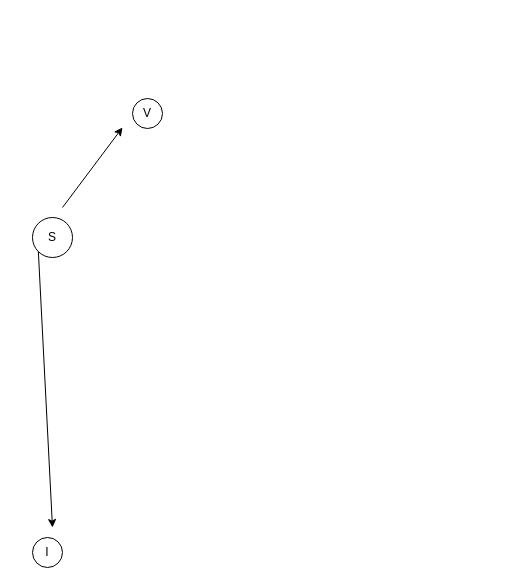
This is Untitled Diagram.drawio from xDSUP/6_password_strength, a draw.io file, before an edit. Source tidied: cells renumbered, new cells numbered last; positions are measured from the earlier drawing's top-left corner, leaving out a move shared by most shapes. Both pictures are drawn from the tidied source at 100%, with x=0, y=0 at pixel (32, 98).
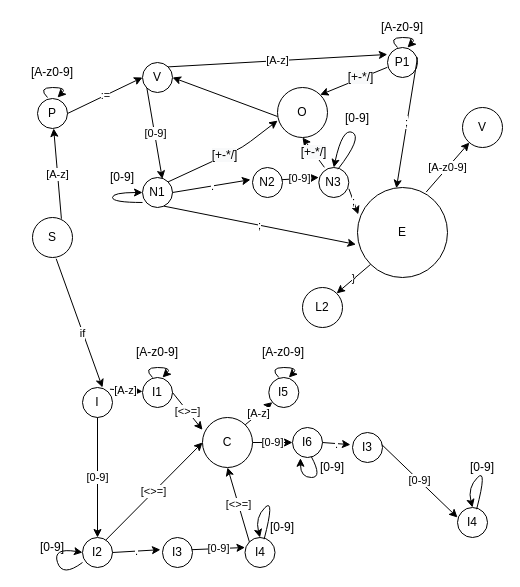
Above is the later version.

Unchanged cells that the change refers to:
```xml
<mxCell id="3" value="S" style="ellipse;whiteSpace=wrap;html=1;" parent="1" vertex="1">
  <mxGeometry y="119" width="40" height="40" as="geometry" />
</mxCell>
```

What changed in the source:
```diff
@@
-    <mxCell id="2" value="V" style="ellipse;whiteSpace=wrap;html=1;" parent="1" vertex="1">
-      <mxGeometry x="100" width="30" height="30" as="geometry" />
+    <mxCell id="2" value="P" style="ellipse;whiteSpace=wrap;html=1;" parent="1" vertex="1">
+      <mxGeometry x="5" width="30" height="30" as="geometry" />
     </mxCell>
@@
-    <mxCell id="4" style="endArrow=classic;html=1;" parent="1" edge="1">
-      <mxGeometry relative="1" as="geometry">
-        <mxPoint x="30" y="109" as="sourcePoint" />
-        <mxPoint x="90" y="29" as="targetPoint" />
-      </mxGeometry>
-    </mxCell>
     <mxCell id="5" value="I" style="ellipse;whiteSpace=wrap;html=1;" parent="1" vertex="1">
-      <mxGeometry y="439" width="30" height="30" as="geometry" />
+      <mxGeometry x="50" y="289" width="30" height="30" as="geometry" />
     </mxCell>
-    <mxCell id="6" style="endArrow=classic;html=1;exitX=0;exitY=1;exitDx=0;exitDy=0;" parent="1" edge="1" source="3">
-      <mxGeometry relative="1" as="geometry">
-        <mxPoint x="20" y="429" as="targetPoint" />
-      </mxGeometry>
+    <mxCell id="6" style="endArrow=classic;html=1;entryX=0.667;entryY=0;entryDx=0;entryDy=0;entryPerimeter=0;exitX=0.592;exitY=1.031;exitDx=0;exitDy=0;exitPerimeter=0;" parent="1" edge="1" source="3" target="5">
+      <mxGeometry relative="1" as="geometry" />
     </mxCell>
+    <mxCell id="7" value="if" style="edgeLabel;html=1;align=center;verticalAlign=middle;" parent="6" vertex="1">
+      <mxGeometry x="0.15" relative="1" as="geometry">
+        <mxPoint x="-1" as="offset" />
+      </mxGeometry>
+    </mxCell>
+    <mxCell id="8" style="curved=1;endArrow=classic;html=1;" parent="1" edge="1">
+      <mxGeometry relative="1" as="geometry">
+        <mxPoint x="15" y="-1" as="sourcePoint" />
+        <mxPoint x="25" y="-1" as="targetPoint" />
+        <Array as="points">
+          <mxPoint x="5" y="-11" />
+          <mxPoint x="35" y="-11" />
+        </Array>
+      </mxGeometry>
+    </mxCell>
+    <mxCell id="9" value="[A-z0-9]" style="text;html=1;strokeColor=none;fillColor=none;align=center;verticalAlign=middle;whiteSpace=wrap;rounded=0;" parent="1" vertex="1">
+      <mxGeometry x="-15" y="-41" width="70" height="30" as="geometry" />
+    </mxCell>
+    <mxCell id="10" value="V" style="ellipse;whiteSpace=wrap;html=1;" parent="1" vertex="1">
+      <mxGeometry x="110" y="-36" width="30" height="30" as="geometry" />
+    </mxCell>
+    <mxCell id="11" value="[A-z]" style="endArrow=classic;html=1;exitX=1;exitY=0;exitDx=0;exitDy=0;entryX=-0.005;entryY=0.232;entryDx=0;entryDy=0;entryPerimeter=0;" parent="1" edge="1" source="10" target="32">
+      <mxGeometry relative="1" as="geometry" />
+    </mxCell>
+    <mxCell id="12" value="N1" style="ellipse;whiteSpace=wrap;html=1;" parent="1" vertex="1">
+      <mxGeometry x="110" y="79" width="30" height="30" as="geometry" />
+    </mxCell>
+    <mxCell id="13" value="N2" style="ellipse;whiteSpace=wrap;html=1;" parent="1" vertex="1">
+      <mxGeometry x="220" y="69" width="30" height="30" as="geometry" />
+    </mxCell>
+    <mxCell id="14" style="endArrow=classic;html=1;exitX=0.723;exitY=0.031;exitDx=0;exitDy=0;exitPerimeter=0;" parent="1" edge="1" source="3" target="2">
+      <mxGeometry relative="1" as="geometry" />
+    </mxCell>
+    <mxCell id="15" value="[A-z]" style="edgeLabel;html=1;align=center;verticalAlign=middle;" parent="14" vertex="1">
+      <mxGeometry relative="1" as="geometry">
+        <mxPoint x="-1" as="offset" />
+      </mxGeometry>
+    </mxCell>
+    <mxCell id="16" style="endArrow=classic;html=1;exitX=1;exitY=0.5;exitDx=0;exitDy=0;entryX=0;entryY=0.5;entryDx=0;entryDy=0;" parent="1" edge="1" source="2" target="10">
+      <mxGeometry relative="1" as="geometry" />
+    </mxCell>
+    <mxCell id="17" value=":=" style="edgeLabel;html=1;align=center;verticalAlign=middle;" parent="16" vertex="1">
+      <mxGeometry relative="1" as="geometry" />
+    </mxCell>
+    <mxCell id="18" style="endArrow=classic;html=1;entryX=0.662;entryY=0.049;entryDx=0;entryDy=0;entryPerimeter=0;exitX=0;exitY=1;exitDx=0;exitDy=0;" parent="1" edge="1" source="10" target="12">
+      <mxGeometry relative="1" as="geometry" />
+    </mxCell>
+    <mxCell id="19" value="[0-9]" style="edgeLabel;html=1;align=center;verticalAlign=middle;" parent="18" vertex="1">
+      <mxGeometry relative="1" as="geometry" />
+    </mxCell>
+    <mxCell id="20" style="endArrow=classic;html=1;entryX=-0.068;entryY=0.406;entryDx=0;entryDy=0;entryPerimeter=0;exitX=1;exitY=0.5;exitDx=0;exitDy=0;" parent="1" edge="1" source="12" target="13">
+      <mxGeometry relative="1" as="geometry" />
+    </mxCell>
+    <mxCell id="21" value="." style="edgeLabel;html=1;align=center;verticalAlign=middle;" parent="20" vertex="1">
+      <mxGeometry relative="1" as="geometry" />
+    </mxCell>
+    <mxCell id="22" value="N3" style="ellipse;whiteSpace=wrap;html=1;" parent="1" vertex="1">
+      <mxGeometry x="286.3" y="69" width="30" height="30" as="geometry" />
+    </mxCell>
+    <mxCell id="23" value="[0-9]" style="endArrow=classic;html=1;entryX=0;entryY=0.333;entryDx=0;entryDy=0;entryPerimeter=0;exitX=0.979;exitY=0.406;exitDx=0;exitDy=0;exitPerimeter=0;" parent="1" edge="1" source="13" target="22">
+      <mxGeometry relative="1" as="geometry" />
+    </mxCell>
+    <mxCell id="24" style="edgeLabel;html=1;align=center;verticalAlign=middle;" parent="23" vertex="1">
+      <mxGeometry relative="1" as="geometry" />
+    </mxCell>
+    <mxCell id="25" style="curved=1;endArrow=classic;html=1;entryX=0;entryY=0.5;entryDx=0;entryDy=0;exitX=0;exitY=0.833;exitDx=0;exitDy=0;exitPerimeter=0;" parent="1" edge="1" source="12" target="12">
+      <mxGeometry relative="1" as="geometry">
+        <Array as="points">
+          <mxPoint x="80" y="104" />
+          <mxPoint x="80" y="94" />
+        </Array>
+      </mxGeometry>
+    </mxCell>
+    <mxCell id="26" value="[0-9]" style="text;html=1;strokeColor=none;fillColor=none;align=center;verticalAlign=middle;whiteSpace=wrap;rounded=0;" parent="1" vertex="1">
+      <mxGeometry x="70" y="69" width="40" height="20" as="geometry" />
+    </mxCell>
+    <mxCell id="27" value="[0-9]" style="text;html=1;strokeColor=none;fillColor=none;align=center;verticalAlign=middle;whiteSpace=wrap;rounded=0;" parent="1" vertex="1">
+      <mxGeometry x="305" y="10" width="40" height="20" as="geometry" />
+    </mxCell>
+    <mxCell id="28" style="curved=1;endArrow=classic;html=1;exitX=0.638;exitY=0.057;exitDx=0;exitDy=0;entryX=0.5;entryY=0;entryDx=0;entryDy=0;exitPerimeter=0;" parent="1" edge="1" source="22" target="22">
+      <mxGeometry relative="1" as="geometry">
+        <Array as="points">
+          <mxPoint x="330" y="39" />
+          <mxPoint x="310" y="29" />
+        </Array>
+      </mxGeometry>
+    </mxCell>
+    <mxCell id="29" value="O" style="ellipse;whiteSpace=wrap;html=1;" parent="1" vertex="1">
+      <mxGeometry x="245" y="-11" width="50" height="50" as="geometry" />
+    </mxCell>
+    <mxCell id="30" value="&lt;span style=&quot;font-size: 12px ; background-color: rgb(248 , 249 , 250)&quot;&gt;[+-*/]&lt;/span&gt;" style="endArrow=classic;html=1;entryX=0.002;entryY=0.662;entryDx=0;entryDy=0;entryPerimeter=0;exitX=1;exitY=0;exitDx=0;exitDy=0;" parent="1" edge="1" source="12" target="29">
+      <mxGeometry x="-0.02" relative="1" as="geometry">
+        <Array as="points">
+          <mxPoint x="210" y="49" />
+        </Array>
+      </mxGeometry>
+    </mxCell>
+    <mxCell id="31" value="&lt;span style=&quot;color: rgb(0 , 0 , 0) ; font-family: &amp;#34;helvetica&amp;#34; ; font-size: 12px ; font-style: normal ; font-weight: 400 ; letter-spacing: normal ; text-align: center ; text-indent: 0px ; text-transform: none ; word-spacing: 0px ; background-color: rgb(248 , 249 , 250) ; display: inline ; float: none&quot;&gt;[+-*/]&lt;/span&gt;" style="endArrow=classic;html=1;exitX=0.186;exitY=-0.006;exitDx=0;exitDy=0;exitPerimeter=0;entryX=0.5;entryY=1;entryDx=0;entryDy=0;" parent="1" edge="1" source="22" target="29">
+      <mxGeometry relative="1" as="geometry" />
+    </mxCell>
+    <mxCell id="32" value="P1" style="ellipse;whiteSpace=wrap;html=1;" parent="1" vertex="1">
+      <mxGeometry x="355" y="-51" width="30" height="30" as="geometry" />
+    </mxCell>
+    <mxCell id="33" value="[A-z0-9]" style="text;html=1;strokeColor=none;fillColor=none;align=center;verticalAlign=middle;whiteSpace=wrap;rounded=0;" parent="1" vertex="1">
+      <mxGeometry x="335" y="-81" width="70" height="20" as="geometry" />
+    </mxCell>
+    <mxCell id="34" style="curved=1;endArrow=classic;html=1;" parent="1" edge="1">
+      <mxGeometry relative="1" as="geometry">
+        <mxPoint x="365" y="-51" as="sourcePoint" />
+        <mxPoint x="375" y="-51" as="targetPoint" />
+        <Array as="points">
+          <mxPoint x="355" y="-61" />
+          <mxPoint x="385" y="-61" />
+        </Array>
+      </mxGeometry>
+    </mxCell>
+    <mxCell id="35" value="&lt;span style=&quot;color: rgb(0 , 0 , 0) ; font-family: &amp;#34;helvetica&amp;#34; ; font-size: 12px ; font-style: normal ; font-weight: 400 ; letter-spacing: normal ; text-align: center ; text-indent: 0px ; text-transform: none ; word-spacing: 0px ; background-color: rgb(248 , 249 , 250) ; display: inline ; float: none&quot;&gt;[+-*/]&lt;/span&gt;" style="endArrow=classic;html=1;exitX=-0.005;exitY=0.66;exitDx=0;exitDy=0;entryX=1;entryY=0;entryDx=0;entryDy=0;exitPerimeter=0;" parent="1" edge="1" source="32" target="29">
+      <mxGeometry x="-0.2" y="-1" relative="1" as="geometry" />
+    </mxCell>
+    <mxCell id="36" style="endArrow=classic;html=1;exitX=0;exitY=0.58;exitDx=0;exitDy=0;exitPerimeter=0;entryX=1;entryY=0.5;entryDx=0;entryDy=0;" parent="1" edge="1" source="29" target="10">
+      <mxGeometry relative="1" as="geometry" />
+    </mxCell>
+    <mxCell id="37" value=";" style="endArrow=classic;html=1;exitX=1;exitY=0.333;exitDx=0;exitDy=0;exitPerimeter=0;entryX=0.432;entryY=0.008;entryDx=0;entryDy=0;entryPerimeter=0;" parent="1" edge="1" source="32" target="38">
+      <mxGeometry relative="1" as="geometry" />
+    </mxCell>
+    <mxCell id="38" value="E" style="ellipse;whiteSpace=wrap;html=1;" parent="1" vertex="1">
+      <mxGeometry x="325" y="89" width="90" height="90" as="geometry" />
+    </mxCell>
+    <mxCell id="39" value=";" style="endArrow=classic;html=1;exitX=1.003;exitY=0.708;exitDx=0;exitDy=0;exitPerimeter=0;entryX=0.009;entryY=0.299;entryDx=0;entryDy=0;entryPerimeter=0;" parent="1" edge="1" source="22" target="38">
+      <mxGeometry relative="1" as="geometry" />
+    </mxCell>
+    <mxCell id="40" value=";" style="endArrow=classic;html=1;exitX=0.71;exitY=0.954;exitDx=0;exitDy=0;exitPerimeter=0;entryX=-0.017;entryY=0.633;entryDx=0;entryDy=0;entryPerimeter=0;" parent="1" edge="1" source="12" target="38">
+      <mxGeometry relative="1" as="geometry" />
+    </mxCell>
+    <mxCell id="41" value="[A-z0-9]" style="endArrow=classic;html=1;exitX=0.763;exitY=0.051;exitDx=0;exitDy=0;exitPerimeter=0;" parent="1" edge="1" source="38" target="42">
+      <mxGeometry relative="1" as="geometry" />
+    </mxCell>
+    <mxCell id="42" value="V" style="ellipse;whiteSpace=wrap;html=1;" parent="1" vertex="1">
+      <mxGeometry x="430" y="9" width="40" height="40" as="geometry" />
+    </mxCell>
+    <mxCell id="43" value="L2" style="ellipse;whiteSpace=wrap;html=1;" parent="1" vertex="1">
+      <mxGeometry x="270" y="189" width="40" height="40" as="geometry" />
+    </mxCell>
+    <mxCell id="44" value="}" style="endArrow=classic;html=1;exitX=0;exitY=1;exitDx=0;exitDy=0;entryX=1;entryY=0;entryDx=0;entryDy=0;" parent="1" edge="1" source="38" target="43">
+      <mxGeometry relative="1" as="geometry" />
+    </mxCell>
+    <mxCell id="45" value="I1" style="ellipse;whiteSpace=wrap;html=1;" parent="1" vertex="1">
+      <mxGeometry x="110" y="279" width="30" height="30" as="geometry" />
+    </mxCell>
+    <mxCell id="46" value="[A-z]" style="endArrow=classic;html=1;exitX=0.916;exitY=0.057;exitDx=0;exitDy=0;exitPerimeter=0;" parent="1" edge="1" source="5" target="45">
+      <mxGeometry relative="1" as="geometry" />
+    </mxCell>
+    <mxCell id="47" value="[0-9]" style="edgeStyle=orthogonalEdgeStyle;rounded=0;jettySize=auto;html=1;" parent="1" edge="1" source="48" target="66">
+      <mxGeometry relative="1" as="geometry" />
+    </mxCell>
+    <mxCell id="48" value="C" style="ellipse;whiteSpace=wrap;html=1;" parent="1" vertex="1">
+      <mxGeometry x="170" y="319" width="50" height="50" as="geometry" />
+    </mxCell>
+    <mxCell id="49" style="curved=1;endArrow=classic;html=1;" parent="1" edge="1">
+      <mxGeometry relative="1" as="geometry">
+        <mxPoint x="120" y="279" as="sourcePoint" />
+        <mxPoint x="130" y="279" as="targetPoint" />
+        <Array as="points">
+          <mxPoint x="110" y="269" />
+          <mxPoint x="140" y="269" />
+        </Array>
+      </mxGeometry>
+    </mxCell>
+    <mxCell id="50" value="[A-z0-9]" style="text;html=1;strokeColor=none;fillColor=none;align=center;verticalAlign=middle;whiteSpace=wrap;rounded=0;" parent="1" vertex="1">
+      <mxGeometry x="90" y="239" width="70" height="30" as="geometry" />
+    </mxCell>
+    <mxCell id="51" value="[&amp;lt;&amp;gt;=]" style="endArrow=classic;html=1;exitX=1;exitY=0.5;exitDx=0;exitDy=0;entryX=0;entryY=0.248;entryDx=0;entryDy=0;entryPerimeter=0;" parent="1" edge="1" source="45" target="48">
+      <mxGeometry relative="1" as="geometry" />
+    </mxCell>
+    <mxCell id="52" value="[&amp;lt;&amp;gt;=]" style="endArrow=classic;html=1;entryX=0;entryY=0.5;entryDx=0;entryDy=0;exitX=0.749;exitY=0.113;exitDx=0;exitDy=0;exitPerimeter=0;" parent="1" edge="1" source="53" target="48">
+      <mxGeometry relative="1" as="geometry" />
+    </mxCell>
+    <mxCell id="53" value="I2" style="ellipse;whiteSpace=wrap;html=1;" parent="1" vertex="1">
+      <mxGeometry x="50" y="439" width="30" height="30" as="geometry" />
+    </mxCell>
+    <mxCell id="54" value="I3" style="ellipse;whiteSpace=wrap;html=1;" parent="1" vertex="1">
+      <mxGeometry x="130" y="439" width="30" height="30" as="geometry" />
+    </mxCell>
+    <mxCell id="55" style="endArrow=classic;html=1;entryX=-0.068;entryY=0.406;entryDx=0;entryDy=0;entryPerimeter=0;exitX=1;exitY=0.5;exitDx=0;exitDy=0;" parent="1" edge="1" source="53" target="54">
+      <mxGeometry relative="1" as="geometry" />
+    </mxCell>
+    <mxCell id="56" value="." style="edgeLabel;html=1;align=center;verticalAlign=middle;" parent="55" vertex="1">
+      <mxGeometry relative="1" as="geometry" />
+    </mxCell>
+    <mxCell id="57" value="I4" style="ellipse;whiteSpace=wrap;html=1;" parent="1" vertex="1">
+      <mxGeometry x="212.5" y="439" width="30" height="30" as="geometry" />
+    </mxCell>
+    <mxCell id="58" value="[0-9]" style="endArrow=classic;html=1;entryX=0;entryY=0.333;entryDx=0;entryDy=0;entryPerimeter=0;exitX=0.979;exitY=0.406;exitDx=0;exitDy=0;exitPerimeter=0;" parent="1" edge="1" source="54" target="57">
+      <mxGeometry relative="1" as="geometry" />
+    </mxCell>
+    <mxCell id="59" style="edgeLabel;html=1;align=center;verticalAlign=middle;" parent="58" vertex="1">
+      <mxGeometry relative="1" as="geometry" />
+    </mxCell>
+    <mxCell id="60" style="curved=1;endArrow=classic;html=1;entryX=0;entryY=0.5;entryDx=0;entryDy=0;exitX=0;exitY=0.833;exitDx=0;exitDy=0;exitPerimeter=0;" parent="1" edge="1" source="53" target="53">
+      <mxGeometry relative="1" as="geometry">
+        <Array as="points">
+          <mxPoint x="30" y="479" />
+          <mxPoint x="20" y="449" />
+        </Array>
+      </mxGeometry>
+    </mxCell>
+    <mxCell id="61" style="curved=1;endArrow=classic;html=1;exitX=0.638;exitY=0.057;exitDx=0;exitDy=0;entryX=0.5;entryY=0;entryDx=0;entryDy=0;exitPerimeter=0;" parent="1" edge="1" source="57" target="57">
+      <mxGeometry relative="1" as="geometry">
+        <Array as="points">
+          <mxPoint x="242.5" y="399" />
+          <mxPoint x="222.5" y="419" />
+        </Array>
+      </mxGeometry>
+    </mxCell>
+    <mxCell id="62" value="[0-9]" style="text;html=1;strokeColor=none;fillColor=none;align=center;verticalAlign=middle;whiteSpace=wrap;rounded=0;" parent="1" vertex="1">
+      <mxGeometry y="439" width="40" height="20" as="geometry" />
+    </mxCell>
+    <mxCell id="63" value="[0-9]" style="endArrow=classic;html=1;exitX=0.5;exitY=1;exitDx=0;exitDy=0;entryX=0.5;entryY=0;entryDx=0;entryDy=0;" parent="1" edge="1" source="5" target="53">
+      <mxGeometry relative="1" as="geometry" />
+    </mxCell>
+    <mxCell id="64" value="[&amp;lt;&amp;gt;=]" style="endArrow=classic;html=1;entryX=0.5;entryY=1;entryDx=0;entryDy=0;exitX=0;exitY=0;exitDx=0;exitDy=0;" parent="1" edge="1" source="57" target="48">
+      <mxGeometry relative="1" as="geometry" />
+    </mxCell>
+    <mxCell id="65" value="[0-9]" style="text;html=1;strokeColor=none;fillColor=none;align=center;verticalAlign=middle;whiteSpace=wrap;rounded=0;" parent="1" vertex="1">
+      <mxGeometry x="230" y="419" width="40" height="20" as="geometry" />
+    </mxCell>
+    <mxCell id="66" value="I6" style="ellipse;whiteSpace=wrap;html=1;" parent="1" vertex="1">
+      <mxGeometry x="260" y="329" width="30" height="30" as="geometry" />
+    </mxCell>
+    <mxCell id="67" value="I5" style="ellipse;whiteSpace=wrap;html=1;" parent="1" vertex="1">
+      <mxGeometry x="236.3" y="279" width="30" height="30" as="geometry" />
+    </mxCell>
+    <mxCell id="68" value="[A-z]" style="endArrow=classic;html=1;exitX=1;exitY=0;exitDx=0;exitDy=0;" parent="1" edge="1" source="48" target="67">
+      <mxGeometry relative="1" as="geometry" />
+    </mxCell>
+    <mxCell id="69" style="curved=1;endArrow=classic;html=1;" parent="1" edge="1">
+      <mxGeometry relative="1" as="geometry">
+        <mxPoint x="246.3" y="279" as="sourcePoint" />
+        <mxPoint x="256.3" y="279" as="targetPoint" />
+        <Array as="points">
+          <mxPoint x="236.3" y="269" />
+          <mxPoint x="266.3" y="269" />
+        </Array>
+      </mxGeometry>
+    </mxCell>
+    <mxCell id="70" value="[A-z0-9]" style="text;html=1;strokeColor=none;fillColor=none;align=center;verticalAlign=middle;whiteSpace=wrap;rounded=0;" parent="1" vertex="1">
+      <mxGeometry x="216.3" y="239" width="70" height="30" as="geometry" />
+    </mxCell>
+    <mxCell id="71" value="I3" style="ellipse;whiteSpace=wrap;html=1;" parent="1" vertex="1">
+      <mxGeometry x="320" y="334" width="30" height="30" as="geometry" />
+    </mxCell>
+    <mxCell id="72" style="endArrow=classic;html=1;entryX=-0.068;entryY=0.406;entryDx=0;entryDy=0;entryPerimeter=0;exitX=1;exitY=0.5;exitDx=0;exitDy=0;" parent="1" edge="1" source="66" target="71">
+      <mxGeometry relative="1" as="geometry" />
+    </mxCell>
+    <mxCell id="73" value="." style="edgeLabel;html=1;align=center;verticalAlign=middle;" parent="72" vertex="1">
+      <mxGeometry relative="1" as="geometry" />
+    </mxCell>
+    <mxCell id="74" value="I4" style="ellipse;whiteSpace=wrap;html=1;" parent="1" vertex="1">
+      <mxGeometry x="425" y="409" width="30" height="30" as="geometry" />
+    </mxCell>
+    <mxCell id="75" value="[0-9]" style="endArrow=classic;html=1;entryX=0;entryY=0.333;entryDx=0;entryDy=0;entryPerimeter=0;exitX=0.979;exitY=0.406;exitDx=0;exitDy=0;exitPerimeter=0;" parent="1" edge="1" source="71" target="74">
+      <mxGeometry relative="1" as="geometry" />
+    </mxCell>
+    <mxCell id="76" style="edgeLabel;html=1;align=center;verticalAlign=middle;" parent="75" vertex="1">
+      <mxGeometry relative="1" as="geometry" />
+    </mxCell>
+    <mxCell id="77" style="curved=1;endArrow=classic;html=1;entryX=0.265;entryY=1.025;entryDx=0;entryDy=0;exitX=0.63;exitY=0.978;exitDx=0;exitDy=0;exitPerimeter=0;entryPerimeter=0;" parent="1" edge="1" source="66" target="66">
+      <mxGeometry relative="1" as="geometry">
+        <Array as="points">
+          <mxPoint x="290" y="379" />
+          <mxPoint x="268" y="379" />
+        </Array>
+      </mxGeometry>
+    </mxCell>
+    <mxCell id="78" style="curved=1;endArrow=classic;html=1;exitX=0.638;exitY=0.057;exitDx=0;exitDy=0;entryX=0.5;entryY=0;entryDx=0;entryDy=0;exitPerimeter=0;" parent="1" edge="1" source="74" target="74">
+      <mxGeometry relative="1" as="geometry">
+        <Array as="points">
+          <mxPoint x="455" y="369" />
+          <mxPoint x="435" y="389" />
+        </Array>
+      </mxGeometry>
+    </mxCell>
+    <mxCell id="79" value="[0-9]" style="text;html=1;strokeColor=none;fillColor=none;align=center;verticalAlign=middle;whiteSpace=wrap;rounded=0;" parent="1" vertex="1">
+      <mxGeometry x="430" y="359" width="40" height="20" as="geometry" />
+    </mxCell>
+    <mxCell id="80" value="[0-9]" style="text;html=1;strokeColor=none;fillColor=none;align=center;verticalAlign=middle;whiteSpace=wrap;rounded=0;" parent="1" vertex="1">
+      <mxGeometry x="280" y="359" width="40" height="20" as="geometry" />
+    </mxCell>
```
